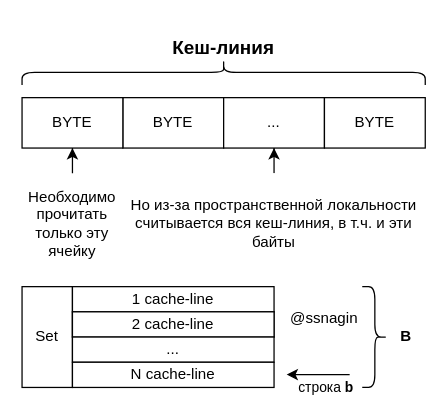
This is src/schemes/cache/cache-line.drawio from SE-Itmo-Labs/csa-sem4-exam-2026, a draw.io file, before an edit. Source tidied: cells renumbered, new cells numbered last; positions are measured from the earlier drawing's top-left corner, leaving out a move shared by most shapes. Both pictures are drawn from the tidied source at 126%, with x=0, y=0 at pixel (21, -130).
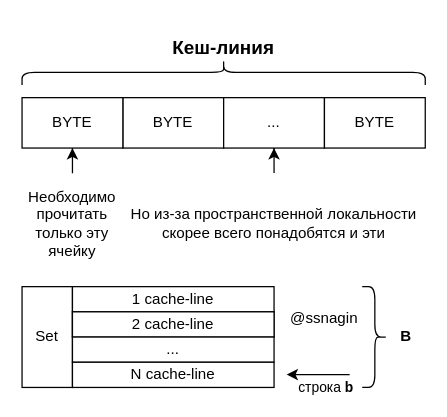
The same page after the edit.

What changed in the source:
```diff
@@
-    <mxCell id="18" value="Но из-за пространственной локальности считывается вся кеш-линия, в т.ч. и эти байты" style="text;html=1;whiteSpace=wrap;strokeColor=none;fillColor=light-dark(#FFFFFF,#660033);align=center;verticalAlign=middle;rounded=0;" parent="1" vertex="1">
+    <mxCell id="18" value="Но из-за пространственной локальности скорее всего понадобятся и эти" style="text;html=1;whiteSpace=wrap;strokeColor=none;fillColor=light-dark(#FFFFFF,#660033);align=center;verticalAlign=middle;rounded=0;" parent="1" vertex="1">
       <mxGeometry x="80" y="240" width="240" height="80" as="geometry" />
     </mxCell>
```
